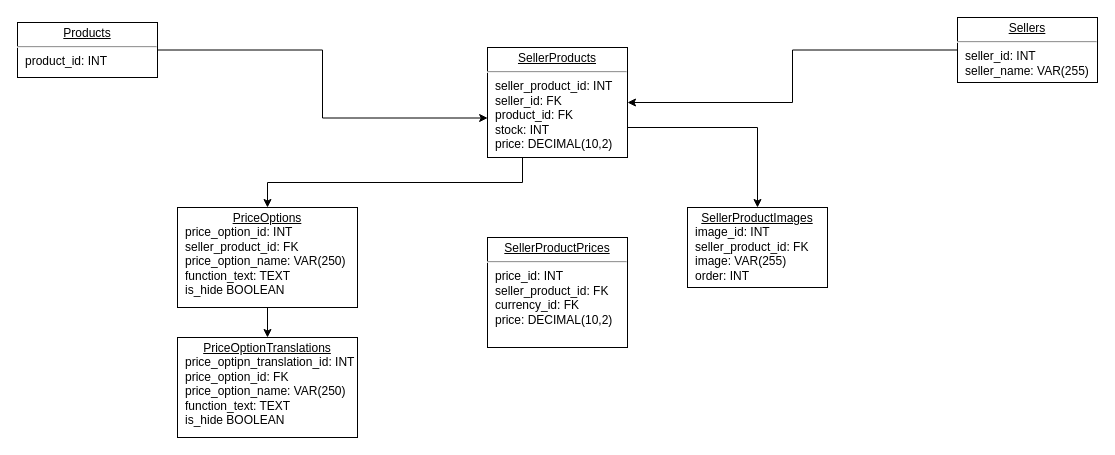
Before: Диаграмма без названия.drawio in vinter-man/db_draw_io, a draw.io diagram. Source tidied: cells renumbered, new cells numbered last; positions are measured from the earlier drawing's top-left corner, leaving out a move shared by most shapes. Both pictures are drawn from the tidied source at 100%, with x=0, y=0 at pixel (17, 17).
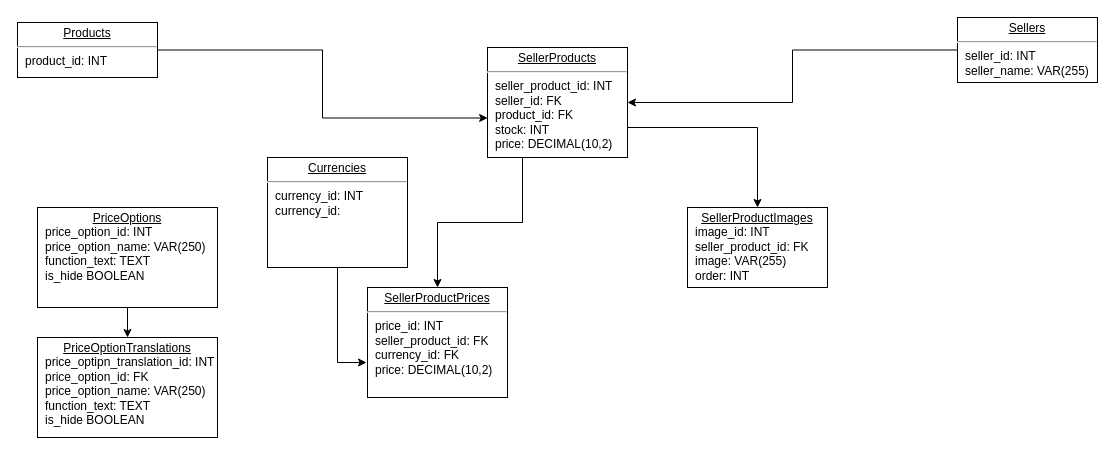
Above is the later version.

Commit message:
currency first table var

Diff of the diagram source:
```diff
@@
 <mxGraphModel>
   <root>
     <mxCell id="0" />
     <mxCell id="1" parent="0" />
     <mxCell id="2" value="&lt;p style=&quot;margin: 0px ; margin-top: 4px ; text-align: center ; text-decoration: underline&quot;&gt;Products&lt;/p&gt;&lt;hr&gt;&lt;p style=&quot;margin: 0px ; margin-left: 8px&quot;&gt;product_id: INT&lt;/p&gt;&lt;p style=&quot;margin: 0px ; margin-left: 8px&quot;&gt;&lt;br&gt;&lt;/p&gt;" style="verticalAlign=top;align=left;overflow=fill;fontSize=12;fontFamily=Helvetica;html=1;rounded=0;shadow=0;comic=0;labelBackgroundColor=none;strokeWidth=1;" parent="1" vertex="1">
       <mxGeometry y="5" width="140" height="55" as="geometry" />
     </mxCell>
     <mxCell id="3" style="edgeStyle=orthogonalEdgeStyle;rounded=0;jettySize=auto;html=1;exitX=0;exitY=0.5;exitDx=0;exitDy=0;entryX=1;entryY=0.5;entryDx=0;entryDy=0;" parent="1" edge="1" source="4" target="7">
       <mxGeometry relative="1" as="geometry" />
     </mxCell>
     <mxCell id="4" value="&lt;p style=&quot;margin: 0px ; margin-top: 4px ; text-align: center ; text-decoration: underline&quot;&gt;Sellers&lt;/p&gt;&lt;hr&gt;&lt;p style=&quot;margin: 0px ; margin-left: 8px&quot;&gt;seller_id: INT&lt;/p&gt;&lt;p style=&quot;margin: 0px ; margin-left: 8px&quot;&gt;seller_name: VAR(255)&lt;/p&gt;&lt;p style=&quot;margin: 0px ; margin-left: 8px&quot;&gt;&lt;br&gt;&lt;/p&gt;" style="verticalAlign=top;align=left;overflow=fill;fontSize=12;fontFamily=Helvetica;html=1;rounded=0;shadow=0;comic=0;labelBackgroundColor=none;strokeWidth=1;" parent="1" vertex="1">
       <mxGeometry x="940" width="140" height="65" as="geometry" />
     </mxCell>
     <mxCell id="5" style="edgeStyle=orthogonalEdgeStyle;rounded=0;jettySize=auto;html=1;" parent="1" edge="1" source="7" target="8">
       <mxGeometry relative="1" as="geometry">
         <Array as="points">
           <mxPoint x="740" y="110" />
         </Array>
       </mxGeometry>
     </mxCell>
-    <mxCell id="6" style="edgeStyle=orthogonalEdgeStyle;rounded=0;jettySize=auto;html=1;exitX=0.25;exitY=1;exitDx=0;exitDy=0;" parent="1" edge="1" source="7" target="10">
-      <mxGeometry relative="1" as="geometry" />
-    </mxCell>
+    <mxCell id="14" style="edgeStyle=orthogonalEdgeStyle;rounded=0;jettySize=auto;html=1;exitX=0.25;exitY=1;exitDx=0;exitDy=0;" parent="1" edge="1" source="7" target="13">
+      <mxGeometry relative="1" as="geometry" />
+    </mxCell>
     <mxCell id="7" value="&lt;p style=&quot;margin: 0px ; margin-top: 4px ; text-align: center ; text-decoration: underline&quot;&gt;SellerProducts&lt;/p&gt;&lt;hr&gt;&lt;p style=&quot;margin: 0px ; margin-left: 8px&quot;&gt;seller_product_id: INT&lt;/p&gt;&lt;p style=&quot;margin: 0px ; margin-left: 8px&quot;&gt;seller_id: FK&lt;/p&gt;&lt;p style=&quot;margin: 0px ; margin-left: 8px&quot;&gt;product_id: FK&lt;/p&gt;&lt;p style=&quot;margin: 0px ; margin-left: 8px&quot;&gt;stock: INT&lt;br&gt;&lt;/p&gt;&lt;p style=&quot;margin: 0px ; margin-left: 8px&quot;&gt;price: DECIMAL(10,2)&lt;br&gt;&lt;/p&gt;&lt;p style=&quot;margin: 0px ; margin-left: 8px&quot;&gt;&lt;br&gt;&lt;/p&gt;" style="verticalAlign=top;align=left;overflow=fill;fontSize=12;fontFamily=Helvetica;html=1;rounded=0;shadow=0;comic=0;labelBackgroundColor=none;strokeWidth=1;" parent="1" vertex="1">
       <mxGeometry x="470" y="30" width="140" height="110" as="geometry" />
     </mxCell>
     <mxCell id="8" value="&lt;p style=&quot;margin: 0px ; margin-top: 4px ; text-align: center ; text-decoration: underline&quot;&gt;SellerProductImages&lt;/p&gt;&lt;p style=&quot;margin: 0px ; margin-left: 8px&quot;&gt;image_id: INT&lt;/p&gt;&lt;p style=&quot;margin: 0px ; margin-left: 8px&quot;&gt;seller_product_id: FK&lt;/p&gt;&lt;p style=&quot;margin: 0px ; margin-left: 8px&quot;&gt;image: VAR(255)&lt;/p&gt;&lt;p style=&quot;margin: 0px ; margin-left: 8px&quot;&gt;order: INT&lt;br&gt;&lt;/p&gt;&lt;p style=&quot;margin: 0px ; margin-left: 8px&quot;&gt;&lt;br&gt;&lt;/p&gt;" style="verticalAlign=top;align=left;overflow=fill;fontSize=12;fontFamily=Helvetica;html=1;rounded=0;shadow=0;comic=0;labelBackgroundColor=none;strokeWidth=1;" parent="1" vertex="1">
       <mxGeometry x="670" y="190" width="140" height="80" as="geometry" />
     </mxCell>
     <mxCell id="9" style="edgeStyle=orthogonalEdgeStyle;rounded=0;jettySize=auto;html=1;" parent="1" edge="1" source="10" target="11">
       <mxGeometry relative="1" as="geometry" />
     </mxCell>
-    <mxCell id="10" value="&lt;p style=&quot;margin: 0px ; margin-top: 4px ; text-align: center ; text-decoration: underline&quot;&gt;PriceOptions&lt;/p&gt;&lt;p style=&quot;margin: 0px ; margin-left: 8px&quot;&gt;price_option_id: INT&lt;/p&gt;&lt;p style=&quot;margin: 0px ; margin-left: 8px&quot;&gt;seller_product_id: FK&lt;/p&gt;&lt;p style=&quot;margin: 0px ; margin-left: 8px&quot;&gt;price_option_name: VAR(250)&lt;/p&gt;&lt;p style=&quot;margin: 0px ; margin-left: 8px&quot;&gt;function_text: TEXT&lt;br&gt;&lt;/p&gt;&lt;p style=&quot;margin: 0px ; margin-left: 8px&quot;&gt;is_hide BOOLEAN&lt;br&gt;&lt;/p&gt;&lt;p style=&quot;margin: 0px ; margin-left: 8px&quot;&gt;&lt;span style=&quot;font-family: &amp;quot;Helvetica Neue&amp;quot;; font-size: 13px;&quot;&gt;&amp;nbsp;&lt;/span&gt;&lt;/p&gt;&lt;p style=&quot;margin: 0px ; margin-left: 8px&quot;&gt;&lt;br&gt;&lt;/p&gt;&lt;p style=&quot;margin: 0px ; margin-left: 8px&quot;&gt;&lt;br&gt;&lt;/p&gt;" style="verticalAlign=top;align=left;overflow=fill;fontSize=12;fontFamily=Helvetica;html=1;rounded=0;shadow=0;comic=0;labelBackgroundColor=none;strokeWidth=1;" parent="1" vertex="1">
-      <mxGeometry x="160" y="190" width="180" height="100" as="geometry" />
+    <mxCell id="10" value="&lt;p style=&quot;margin: 0px ; margin-top: 4px ; text-align: center ; text-decoration: underline&quot;&gt;PriceOptions&lt;/p&gt;&lt;p style=&quot;margin: 0px ; margin-left: 8px&quot;&gt;price_option_id: INT&lt;/p&gt;&lt;p style=&quot;margin: 0px ; margin-left: 8px&quot;&gt;price_option_name: VAR(250)&lt;/p&gt;&lt;p style=&quot;margin: 0px ; margin-left: 8px&quot;&gt;function_text: TEXT&lt;br&gt;&lt;/p&gt;&lt;p style=&quot;margin: 0px ; margin-left: 8px&quot;&gt;is_hide BOOLEAN&lt;br&gt;&lt;/p&gt;&lt;p style=&quot;margin: 0px ; margin-left: 8px&quot;&gt;&lt;span style=&quot;font-family: &amp;quot;Helvetica Neue&amp;quot;; font-size: 13px;&quot;&gt;&amp;nbsp;&lt;/span&gt;&lt;/p&gt;&lt;p style=&quot;margin: 0px ; margin-left: 8px&quot;&gt;&lt;br&gt;&lt;/p&gt;&lt;p style=&quot;margin: 0px ; margin-left: 8px&quot;&gt;&lt;br&gt;&lt;/p&gt;" style="verticalAlign=top;align=left;overflow=fill;fontSize=12;fontFamily=Helvetica;html=1;rounded=0;shadow=0;comic=0;labelBackgroundColor=none;strokeWidth=1;" parent="1" vertex="1">
+      <mxGeometry x="20" y="190" width="180" height="100" as="geometry" />
     </mxCell>
     <mxCell id="11" value="&lt;p style=&quot;margin: 0px ; margin-top: 4px ; text-align: center ; text-decoration: underline&quot;&gt;PriceOptionTranslations&lt;/p&gt;&lt;p style=&quot;margin: 0px ; margin-left: 8px&quot;&gt;price_optipn_translation_id: INT&lt;/p&gt;&lt;p style=&quot;margin: 0px ; margin-left: 8px&quot;&gt;price_option_id: FK&lt;/p&gt;&lt;p style=&quot;margin: 0px ; margin-left: 8px&quot;&gt;price_option_name: VAR(250)&lt;/p&gt;&lt;p style=&quot;margin: 0px ; margin-left: 8px&quot;&gt;function_text: TEXT&lt;br&gt;&lt;/p&gt;&lt;p style=&quot;margin: 0px ; margin-left: 8px&quot;&gt;is_hide BOOLEAN&lt;br&gt;&lt;/p&gt;&lt;p style=&quot;margin: 0px ; margin-left: 8px&quot;&gt;&lt;span style=&quot;font-family: &amp;quot;Helvetica Neue&amp;quot;; font-size: 13px;&quot;&gt;&amp;nbsp;&lt;/span&gt;&lt;/p&gt;&lt;p style=&quot;margin: 0px ; margin-left: 8px&quot;&gt;&lt;br&gt;&lt;/p&gt;&lt;p style=&quot;margin: 0px ; margin-left: 8px&quot;&gt;&lt;br&gt;&lt;/p&gt;" style="verticalAlign=top;align=left;overflow=fill;fontSize=12;fontFamily=Helvetica;html=1;rounded=0;shadow=0;comic=0;labelBackgroundColor=none;strokeWidth=1;" parent="1" vertex="1">
-      <mxGeometry x="160" y="320" width="180" height="100" as="geometry" />
+      <mxGeometry x="20" y="320" width="180" height="100" as="geometry" />
     </mxCell>
     <mxCell id="12" style="edgeStyle=orthogonalEdgeStyle;rounded=0;jettySize=auto;html=1;exitX=1;exitY=0.5;exitDx=0;exitDy=0;entryX=0.001;entryY=0.641;entryDx=0;entryDy=0;entryPerimeter=0;" parent="1" edge="1" source="2" target="7">
       <mxGeometry relative="1" as="geometry" />
     </mxCell>
     <mxCell id="13" value="&lt;p style=&quot;margin: 0px ; margin-top: 4px ; text-align: center ; text-decoration: underline&quot;&gt;SellerProductPrices&lt;/p&gt;&lt;hr&gt;&lt;p style=&quot;margin: 0px ; margin-left: 8px&quot;&gt;price_id: INT&lt;/p&gt;&lt;p style=&quot;margin: 0px ; margin-left: 8px&quot;&gt;seller_product_id: FK&lt;/p&gt;&lt;p style=&quot;margin: 0px ; margin-left: 8px&quot;&gt;currency_id: FK&lt;/p&gt;&lt;p style=&quot;margin: 0px ; margin-left: 8px&quot;&gt;price: DECIMAL(10,2)&lt;br&gt;&lt;/p&gt;&lt;p style=&quot;margin: 0px ; margin-left: 8px&quot;&gt;&lt;br&gt;&lt;/p&gt;" style="verticalAlign=top;align=left;overflow=fill;fontSize=12;fontFamily=Helvetica;html=1;rounded=0;shadow=0;comic=0;labelBackgroundColor=none;strokeWidth=1;" parent="1" vertex="1">
-      <mxGeometry x="470" y="220" width="140" height="110" as="geometry" />
+      <mxGeometry x="350" y="270" width="140" height="110" as="geometry" />
     </mxCell>
+    <mxCell id="15" value="&lt;p style=&quot;margin: 0px ; margin-top: 4px ; text-align: center ; text-decoration: underline&quot;&gt;Currencies&lt;/p&gt;&lt;hr&gt;&lt;p style=&quot;margin: 0px ; margin-left: 8px&quot;&gt;currency_id: INT&lt;/p&gt;&lt;p style=&quot;margin: 0px ; margin-left: 8px&quot;&gt;currency_id:&amp;nbsp;&lt;/p&gt;&lt;p style=&quot;margin: 0px ; margin-left: 8px&quot;&gt;&lt;br&gt;&lt;/p&gt;" style="verticalAlign=top;align=left;overflow=fill;fontSize=12;fontFamily=Helvetica;html=1;rounded=0;shadow=0;comic=0;labelBackgroundColor=none;strokeWidth=1;" parent="1" vertex="1">
+      <mxGeometry x="250" y="140" width="140" height="110" as="geometry" />
+    </mxCell>
+    <mxCell id="16" style="edgeStyle=orthogonalEdgeStyle;rounded=0;jettySize=auto;html=1;exitX=0.5;exitY=1;exitDx=0;exitDy=0;entryX=-0.007;entryY=0.682;entryDx=0;entryDy=0;entryPerimeter=0;" parent="1" edge="1" source="15" target="13">
+      <mxGeometry relative="1" as="geometry" />
+    </mxCell>
   </root>
 </mxGraphModel>
```
